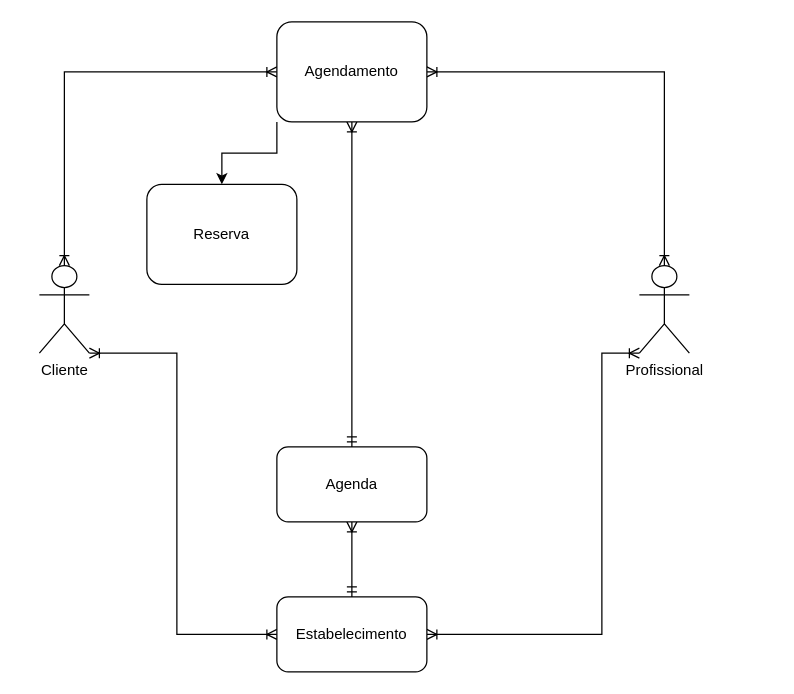
Before: Diagrama sem nome.drawio in mateusfilipeteixeira/diagramas, a draw.io diagram. Source tidied: cells renumbered, new cells numbered last; positions are measured from the earlier drawing's top-left corner, leaving out a move shared by most shapes. Both pictures are drawn from the tidied source at 125%, with x=0, y=0 at pixel (39, 21).
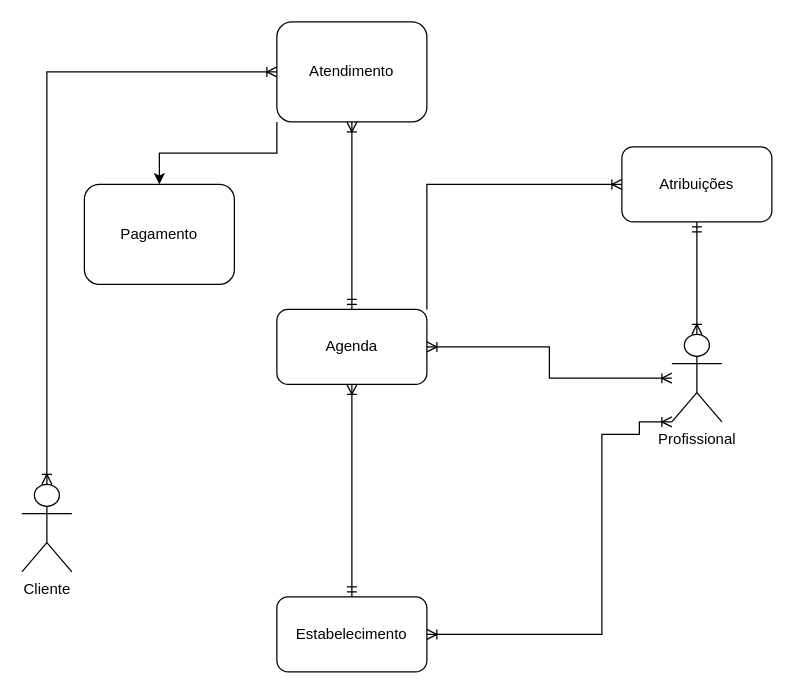
The same page after the edit.

Commit message:
Avanços na estrutura

The edit, as a diff of the source:
```diff
@@
 <mxGraphModel>
   <root>
     <mxCell id="0" />
     <mxCell id="1" parent="0" />
-    <mxCell id="2" style="edgeStyle=orthogonalEdgeStyle;rounded=0;jettySize=auto;html=1;exitX=1;exitY=1;exitDx=0;exitDy=0;exitPerimeter=0;entryX=0;entryY=0.5;entryDx=0;entryDy=0;startArrow=ERoneToMany;startFill=0;endArrow=ERoneToMany;endFill=0;" parent="1" edge="1" source="3" target="13">
-      <mxGeometry relative="1" as="geometry">
-        <Array as="points">
-          <mxPoint x="110" y="265" />
-          <mxPoint x="110" y="490" />
-        </Array>
-      </mxGeometry>
-    </mxCell>
     <mxCell id="3" value="Cliente" style="shape=umlActor;verticalLabelPosition=bottom;verticalAlign=top;html=1;outlineConnect=0;" parent="1" vertex="1">
-      <mxGeometry y="195" width="40" height="70" as="geometry" />
+      <mxGeometry x="-14" y="370" width="40" height="70" as="geometry" />
     </mxCell>
     <mxCell id="4" style="edgeStyle=orthogonalEdgeStyle;rounded=0;jettySize=auto;html=1;startArrow=ERoneToMany;startFill=0;endArrow=ERmandOne;endFill=0;" parent="1" edge="1" source="5" target="13">
       <mxGeometry relative="1" as="geometry" />
     </mxCell>
     <mxCell id="5" value="Agenda" style="rounded=1;whiteSpace=wrap;html=1;" parent="1" vertex="1">
-      <mxGeometry x="190" y="340" width="120" height="60" as="geometry" />
+      <mxGeometry x="190" y="230" width="120" height="60" as="geometry" />
     </mxCell>
     <mxCell id="6" style="edgeStyle=orthogonalEdgeStyle;rounded=0;jettySize=auto;html=1;entryX=1;entryY=0.5;entryDx=0;entryDy=0;startArrow=ERoneToMany;startFill=0;endArrow=ERoneToMany;endFill=0;exitX=0;exitY=1;exitDx=0;exitDy=0;exitPerimeter=0;" parent="1" edge="1" source="7" target="13">
       <mxGeometry relative="1" as="geometry">
         <Array as="points">
-          <mxPoint x="450" y="265" />
+          <mxPoint x="480" y="320" />
+          <mxPoint x="480" y="330" />
+          <mxPoint x="450" y="330" />
           <mxPoint x="450" y="490" />
         </Array>
       </mxGeometry>
     </mxCell>
+    <mxCell id="15" style="edgeStyle=orthogonalEdgeStyle;rounded=0;jettySize=auto;html=1;exitX=0.5;exitY=0;exitDx=0;exitDy=0;exitPerimeter=0;entryX=0.5;entryY=1;entryDx=0;entryDy=0;startArrow=ERoneToMany;startFill=0;endArrow=ERmandOne;endFill=0;" parent="1" edge="1" source="7" target="17">
+      <mxGeometry relative="1" as="geometry" />
+    </mxCell>
     <mxCell id="7" value="Profissional" style="shape=umlActor;verticalLabelPosition=bottom;verticalAlign=top;html=1;outlineConnect=0;" parent="1" vertex="1">
-      <mxGeometry x="480" y="195" width="40" height="70" as="geometry" />
+      <mxGeometry x="506" y="250" width="40" height="70" as="geometry" />
     </mxCell>
     <mxCell id="8" style="edgeStyle=orthogonalEdgeStyle;rounded=0;jettySize=auto;html=1;startArrow=ERoneToMany;startFill=0;endArrow=ERoneToMany;endFill=0;" parent="1" edge="1" source="12" target="3">
       <mxGeometry relative="1" as="geometry" />
     </mxCell>
-    <mxCell id="9" value="&lt;br&gt;" style="edgeStyle=orthogonalEdgeStyle;rounded=0;jettySize=auto;html=1;exitX=1;exitY=0.5;exitDx=0;exitDy=0;endArrow=ERoneToMany;endFill=0;startArrow=ERoneToMany;startFill=0;" parent="1" edge="1" source="12" target="7">
+    <mxCell id="9" value="&lt;br&gt;" style="edgeStyle=orthogonalEdgeStyle;rounded=0;jettySize=auto;html=1;endArrow=ERoneToMany;endFill=0;startArrow=ERoneToMany;startFill=0;" parent="1" edge="1" source="5" target="7">
       <mxGeometry relative="1" as="geometry" />
     </mxCell>
     <mxCell id="10" style="edgeStyle=orthogonalEdgeStyle;rounded=0;jettySize=auto;html=1;startArrow=ERoneToMany;startFill=0;endArrow=ERmandOne;endFill=0;" parent="1" edge="1" source="12" target="5">
       <mxGeometry relative="1" as="geometry" />
     </mxCell>
     <mxCell id="11" style="edgeStyle=orthogonalEdgeStyle;rounded=0;jettySize=auto;html=1;exitX=0;exitY=1;exitDx=0;exitDy=0;" parent="1" edge="1" source="12" target="14">
       <mxGeometry relative="1" as="geometry" />
     </mxCell>
-    <mxCell id="12" value="Agendamento" style="rounded=1;whiteSpace=wrap;html=1;" parent="1" vertex="1">
+    <mxCell id="12" value="Atendimento" style="rounded=1;whiteSpace=wrap;html=1;" parent="1" vertex="1">
       <mxGeometry x="190" width="120" height="80" as="geometry" />
     </mxCell>
     <mxCell id="13" value="Estabelecimento" style="rounded=1;whiteSpace=wrap;html=1;" parent="1" vertex="1">
       <mxGeometry x="190" y="460" width="120" height="60" as="geometry" />
     </mxCell>
-    <mxCell id="14" value="Reserva" style="rounded=1;whiteSpace=wrap;html=1;" parent="1" vertex="1">
-      <mxGeometry x="86" y="130" width="120" height="80" as="geometry" />
+    <mxCell id="14" value="Pagamento" style="rounded=1;whiteSpace=wrap;html=1;" parent="1" vertex="1">
+      <mxGeometry x="36" y="130" width="120" height="80" as="geometry" />
     </mxCell>
+    <mxCell id="16" style="edgeStyle=orthogonalEdgeStyle;rounded=0;jettySize=auto;html=1;entryX=1;entryY=0;entryDx=0;entryDy=0;startArrow=ERoneToMany;startFill=0;endArrow=none;endFill=0;" parent="1" edge="1" source="17" target="5">
+      <mxGeometry relative="1" as="geometry" />
+    </mxCell>
+    <mxCell id="17" value="Atribuições" style="rounded=1;whiteSpace=wrap;html=1;" parent="1" vertex="1">
+      <mxGeometry x="466" y="100" width="120" height="60" as="geometry" />
+    </mxCell>
   </root>
 </mxGraphModel>
```
